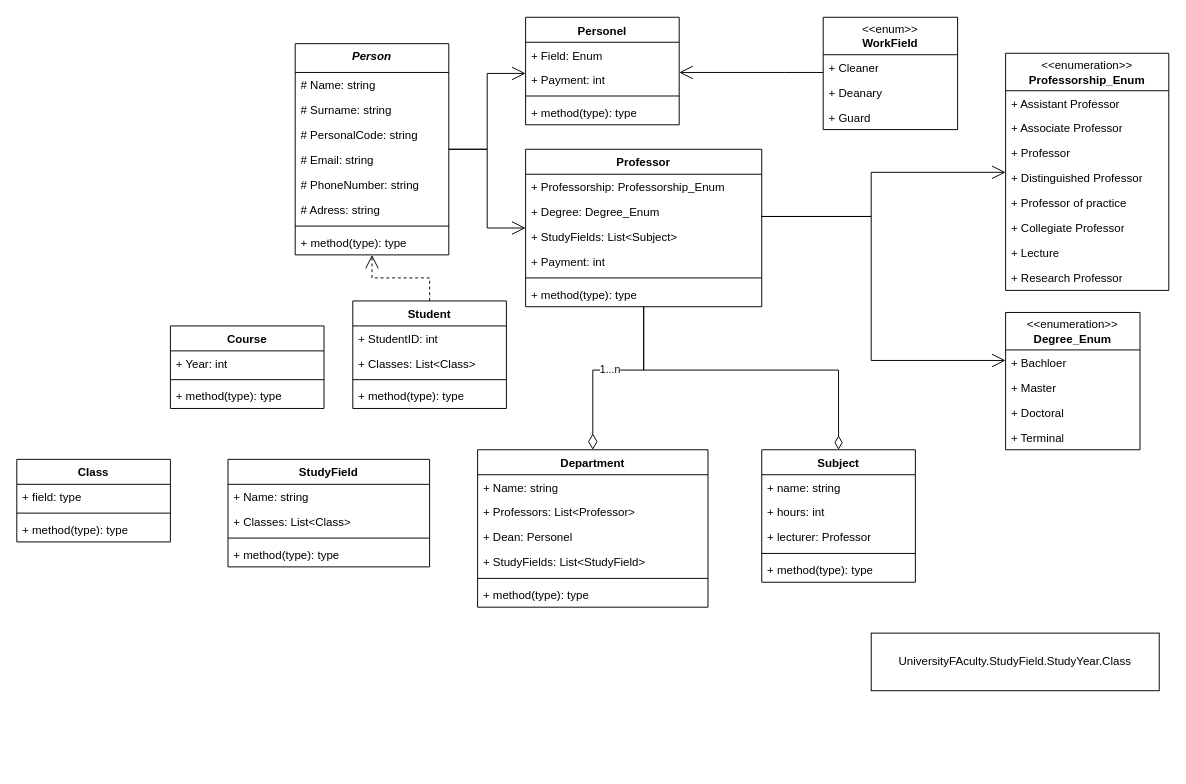
Above: uml.drawio in Rzyczu/college (draw.io), before the change. Source tidied: cells renumbered, new cells numbered last; positions are measured from the earlier drawing's top-left corner, leaving out a move shared by most shapes. Both pictures are drawn from the tidied source at 96%, with x=0, y=0 at pixel (16, 16).
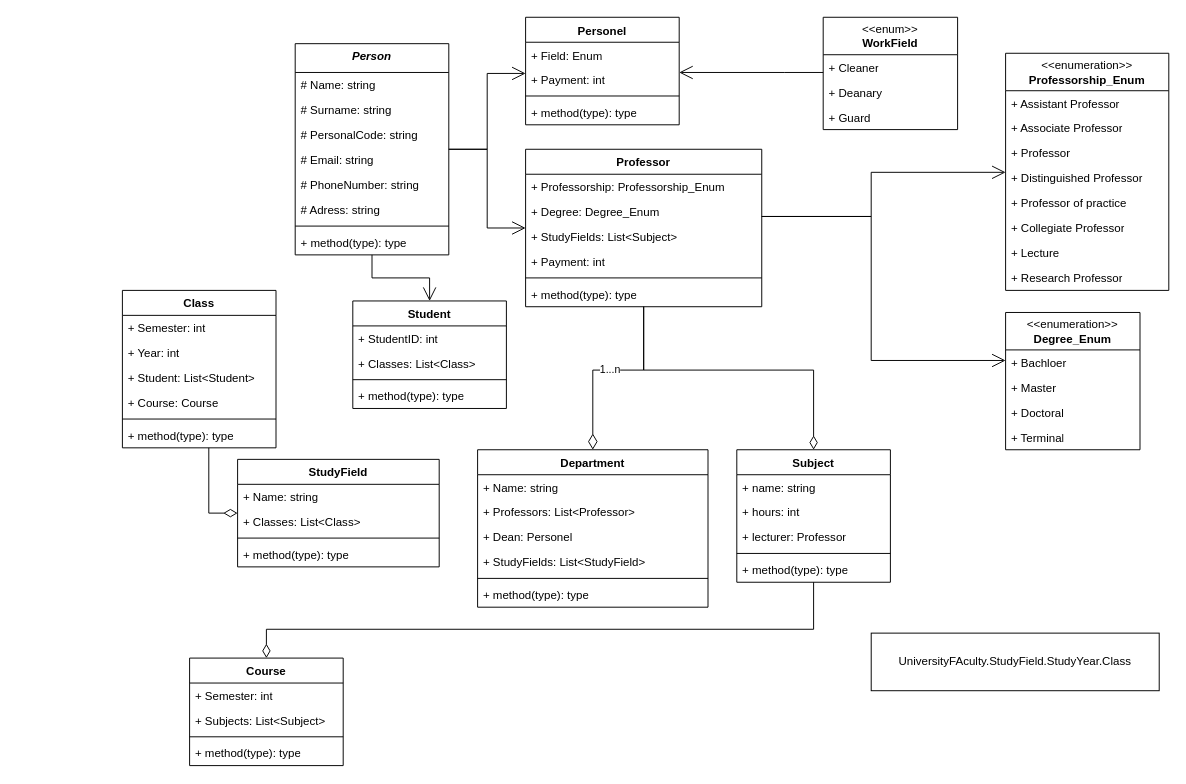
The same diagram, later.

The change refers to these unchanged cells:
```xml
<mxCell id="6" value="&lt;b&gt;Student&lt;/b&gt;" style="swimlane;fontStyle=1;align=center;verticalAlign=top;horizontal=1;startSize=26;whiteSpace=wrap;html=1;" parent="1" vertex="1">
  <mxGeometry x="350" y="296" width="160" height="112" as="geometry" />
</mxCell>
<mxCell id="11" value="&lt;b&gt;Professor&lt;/b&gt;&lt;br&gt;&lt;div&gt;&lt;b&gt;&lt;br&gt;&lt;/b&gt;&lt;/div&gt;" style="swimlane;fontStyle=1;align=center;verticalAlign=top;horizontal=1;startSize=26;whiteSpace=wrap;html=1;" parent="1" vertex="1">
  <mxGeometry x="530" y="138" width="246" height="164" as="geometry" />
</mxCell>
<mxCell id="35" value="Person" style="swimlane;fontStyle=3;align=center;verticalAlign=top;horizontal=1;startSize=30;whiteSpace=wrap;html=1;" parent="1" vertex="1">
  <mxGeometry x="290" y="28" width="160" height="220" as="geometry" />
</mxCell>
```

Change to the diagram source:
```diff
@@
     <mxCell id="2" value="&lt;b&gt;Class&lt;/b&gt;" style="swimlane;fontStyle=1;align=center;verticalAlign=top;horizontal=1;startSize=26;whiteSpace=wrap;html=1;" parent="1" vertex="1">
-      <mxGeometry y="461" width="160" height="86" as="geometry" />
+      <mxGeometry x="110" y="285" width="160" height="164" as="geometry" />
     </mxCell>
-    <mxCell id="3" value="+ field: type" style="text;strokeColor=none;fillColor=none;align=left;verticalAlign=top;spacingLeft=4;spacingRight=4;overflow=hidden;whiteSpace=wrap;html=1;" parent="2" vertex="1">
+    <mxCell id="3" value="+ Semester: int" style="text;strokeColor=none;fillColor=none;align=left;verticalAlign=top;spacingLeft=4;spacingRight=4;overflow=hidden;whiteSpace=wrap;html=1;" parent="2" vertex="1">
       <mxGeometry y="26" width="160" height="26" as="geometry" />
     </mxCell>
+    <mxCell id="81" value="+ Year: int" style="text;strokeColor=none;fillColor=none;align=left;verticalAlign=top;spacingLeft=4;spacingRight=4;overflow=hidden;whiteSpace=wrap;html=1;" parent="2" vertex="1">
+      <mxGeometry y="52" width="160" height="26" as="geometry" />
+    </mxCell>
+    <mxCell id="82" value="+ Student: List&amp;lt;Student&amp;gt;" style="text;strokeColor=none;fillColor=none;align=left;verticalAlign=top;spacingLeft=4;spacingRight=4;overflow=hidden;whiteSpace=wrap;html=1;" parent="2" vertex="1">
+      <mxGeometry y="78" width="160" height="26" as="geometry" />
+    </mxCell>
+    <mxCell id="83" value="+ Course: Course" style="text;strokeColor=none;fillColor=none;align=left;verticalAlign=top;spacingLeft=4;spacingRight=4;overflow=hidden;whiteSpace=wrap;html=1;" parent="2" vertex="1">
+      <mxGeometry y="104" width="160" height="26" as="geometry" />
+    </mxCell>
     <mxCell id="4" style="line;strokeWidth=1;fillColor=none;align=left;verticalAlign=middle;spacingTop=-1;spacingLeft=3;spacingRight=3;labelPosition=right;strokeColor=inherit;" parent="2" vertex="1">
-      <mxGeometry y="52" width="160" height="8" as="geometry" />
+      <mxGeometry y="130" width="160" height="8" as="geometry" />
     </mxCell>
     <mxCell id="5" value="+ method(type): type" style="text;strokeColor=none;fillColor=none;align=left;verticalAlign=top;spacingLeft=4;spacingRight=4;overflow=hidden;whiteSpace=wrap;html=1;" parent="2" vertex="1">
-      <mxGeometry y="60" width="160" height="26" as="geometry" />
+      <mxGeometry y="138" width="160" height="26" as="geometry" />
     </mxCell>
@@
     <mxCell id="30" value="&lt;b&gt;StudyField&lt;/b&gt;" style="swimlane;fontStyle=1;align=center;verticalAlign=top;horizontal=1;startSize=26;whiteSpace=wrap;html=1;" parent="1" vertex="1">
-      <mxGeometry x="220" y="461" width="210" height="112" as="geometry" />
+      <mxGeometry x="230" y="461" width="210" height="112" as="geometry" />
     </mxCell>
@@
     <mxCell id="53" value="&lt;div&gt;&lt;b&gt;Subject&lt;/b&gt;&lt;/div&gt;" style="swimlane;fontStyle=1;align=center;verticalAlign=top;horizontal=1;startSize=26;whiteSpace=wrap;html=1;" parent="1" vertex="1">
-      <mxGeometry x="776" y="451" width="160" height="138" as="geometry" />
+      <mxGeometry x="750" y="451" width="160" height="138" as="geometry" />
     </mxCell>
@@
-    <mxCell id="63" style="endArrow=open;endFill=1;endSize=12;html=1;rounded=0;edgeStyle=orthogonalEdgeStyle;dashed=1;" parent="1" edge="1" source="6" target="35">
-      <mxGeometry relative="1" as="geometry" />
-    </mxCell>
@@
     <mxCell id="66" style="endArrow=diamondThin;html=1;endSize=12;startArrow=none;startSize=14;startFill=0;edgeStyle=orthogonalEdgeStyle;rounded=0;endFill=0;" parent="1" edge="1" source="11" target="53">
       <mxGeometry relative="1" as="geometry">
         <Array as="points">
           <mxPoint x="653" y="368" />
-          <mxPoint x="856" y="368" />
+          <mxPoint x="830" y="368" />
         </Array>
       </mxGeometry>
     </mxCell>
@@
     <mxCell id="68" value="&lt;b&gt;Course&lt;/b&gt;" style="swimlane;fontStyle=1;align=center;verticalAlign=top;horizontal=1;startSize=26;whiteSpace=wrap;html=1;" parent="1" vertex="1">
-      <mxGeometry x="160" y="322" width="160" height="86" as="geometry" />
+      <mxGeometry x="180" y="668" width="160" height="112" as="geometry" />
     </mxCell>
-    <mxCell id="69" value="+ Year: int" style="text;strokeColor=none;fillColor=none;align=left;verticalAlign=top;spacingLeft=4;spacingRight=4;overflow=hidden;whiteSpace=wrap;html=1;" parent="68" vertex="1">
+    <mxCell id="69" value="+ Semester: int" style="text;strokeColor=none;fillColor=none;align=left;verticalAlign=top;spacingLeft=4;spacingRight=4;overflow=hidden;whiteSpace=wrap;html=1;" parent="68" vertex="1">
       <mxGeometry y="26" width="160" height="26" as="geometry" />
     </mxCell>
+    <mxCell id="84" value="+ Subjects: List&amp;lt;Subject&amp;gt;" style="text;strokeColor=none;fillColor=none;align=left;verticalAlign=top;spacingLeft=4;spacingRight=4;overflow=hidden;whiteSpace=wrap;html=1;" parent="68" vertex="1">
+      <mxGeometry y="52" width="160" height="26" as="geometry" />
+    </mxCell>
     <mxCell id="70" style="line;strokeWidth=1;fillColor=none;align=left;verticalAlign=middle;spacingTop=-1;spacingLeft=3;spacingRight=3;labelPosition=right;strokeColor=inherit;" parent="68" vertex="1">
-      <mxGeometry y="52" width="160" height="8" as="geometry" />
+      <mxGeometry y="78" width="160" height="8" as="geometry" />
     </mxCell>
     <mxCell id="71" value="+ method(type): type" style="text;strokeColor=none;fillColor=none;align=left;verticalAlign=top;spacingLeft=4;spacingRight=4;overflow=hidden;whiteSpace=wrap;html=1;" parent="68" vertex="1">
-      <mxGeometry y="60" width="160" height="26" as="geometry" />
+      <mxGeometry y="86" width="160" height="26" as="geometry" />
     </mxCell>
@@
+    <mxCell id="85" style="endArrow=open;endFill=1;endSize=12;html=1;rounded=0;edgeStyle=orthogonalEdgeStyle;" parent="1" edge="1" source="35" target="6">
+      <mxGeometry relative="1" as="geometry" />
+    </mxCell>
+    <mxCell id="86" style="endArrow=diamondThin;html=1;endSize=12;startArrow=none;startSize=14;startFill=0;edgeStyle=orthogonalEdgeStyle;rounded=0;endFill=0;" parent="1" edge="1" source="53" target="68">
+      <mxGeometry relative="1" as="geometry">
+        <Array as="points">
+          <mxPoint x="830" y="638" />
+          <mxPoint x="260" y="638" />
+        </Array>
+      </mxGeometry>
+    </mxCell>
+    <mxCell id="87" style="endArrow=diamondThin;html=1;endSize=12;startArrow=none;startSize=14;startFill=0;edgeStyle=orthogonalEdgeStyle;rounded=0;endFill=0;" parent="1" edge="1" source="2" target="30">
+      <mxGeometry relative="1" as="geometry">
+        <Array as="points">
+          <mxPoint x="200" y="517" />
+        </Array>
+      </mxGeometry>
+    </mxCell>
```
